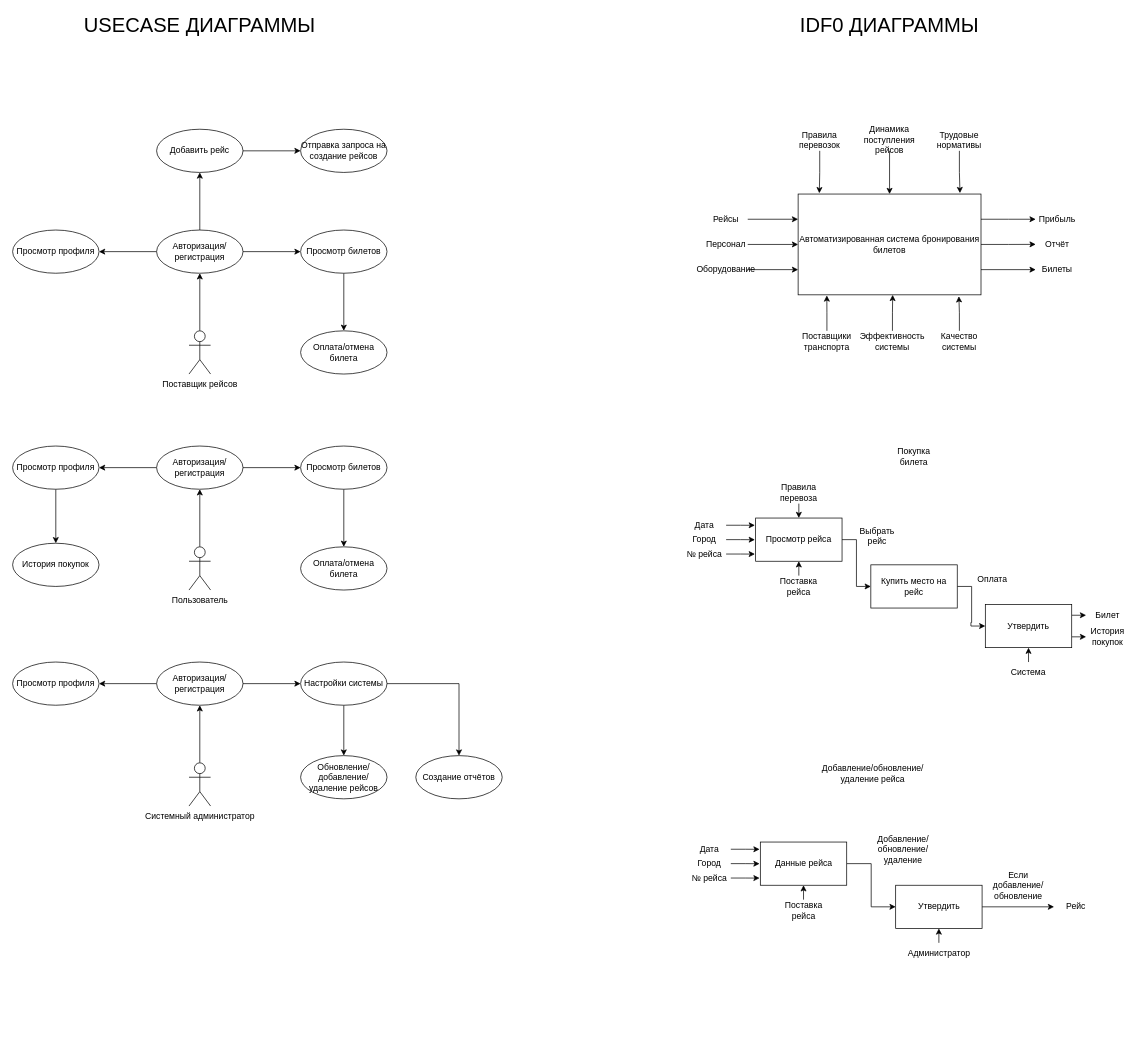
The draw.io diagram usecase.drawio in k11sann/classworks, before the edit. Source tidied: cells renumbered, new cells numbered last; positions are measured from the earlier drawing's top-left corner, leaving out a move shared by most shapes. Both pictures are drawn from the tidied source at 72%, with x=0, y=0 at pixel (12, 14).
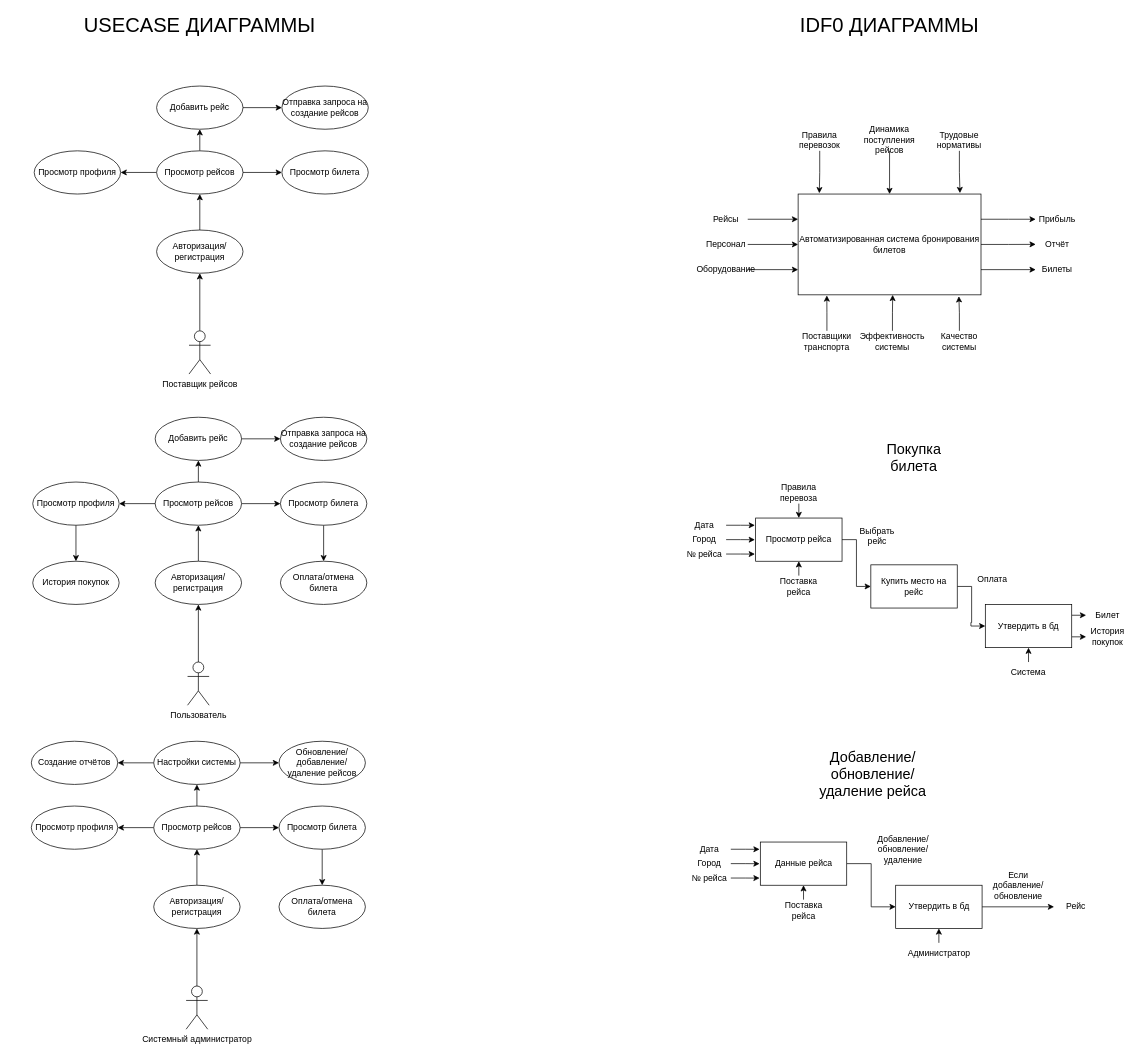
After the change.

The change refers to these unchanged cells:
```xml
<mxCell id="98" value="Авторизация/регистрация" style="rounded=0;whiteSpace=wrap;html=1;shape=ellipse;perimeter=ellipsePerimeter;" parent="1" vertex="1">
  <mxGeometry x="200" y="300" width="120" height="60" as="geometry" />
</mxCell>
```

The edit, as a diff of the source:
```diff
@@
-    <mxCell id="2" style="edgeStyle=orthogonalEdgeStyle;rounded=0;jettySize=auto;html=1;exitX=0.5;exitY=0;exitDx=0;exitDy=0;exitPerimeter=0;entryX=0.5;entryY=1;entryDx=0;entryDy=0;" parent="1" edge="1" source="3" target="75">
-      <mxGeometry relative="1" as="geometry" />
-    </mxCell>
-    <mxCell id="3" value="Пользователь" style="shape=umlActor;verticalLabelPosition=bottom;verticalAlign=top;html=1;outlineConnect=0;" parent="1" vertex="1">
-      <mxGeometry x="245" y="740" width="30" height="60" as="geometry" />
-    </mxCell>
@@
-    <mxCell id="31" value="Покупка билета" style="text;html=1;align=center;verticalAlign=middle;whiteSpace=wrap;rounded=0;" parent="1" vertex="1">
+    <mxCell id="31" value="Покупка билета" style="text;html=1;align=center;verticalAlign=middle;whiteSpace=wrap;rounded=0;fontSize=20;" parent="1" vertex="1">
       <mxGeometry x="1222" y="600" width="60" height="30" as="geometry" />
     </mxCell>
@@
-    <mxCell id="49" value="Утвердить" style="rounded=0;whiteSpace=wrap;html=1;" parent="1" vertex="1">
+    <mxCell id="49" value="Утвердить в бд" style="rounded=0;whiteSpace=wrap;html=1;" parent="1" vertex="1">
       <mxGeometry x="1351" y="820" width="120" height="60" as="geometry" />
     </mxCell>
@@
-    <mxCell id="55" value="Добавление/обновление/удаление рейса" style="text;html=1;align=center;verticalAlign=middle;whiteSpace=wrap;rounded=0;" parent="1" vertex="1">
+    <mxCell id="55" value="Добавление/обновление/удаление рейса" style="text;html=1;align=center;verticalAlign=middle;whiteSpace=wrap;rounded=0;fontSize=20;" parent="1" vertex="1">
       <mxGeometry x="1101" y="1040" width="188" height="30" as="geometry" />
     </mxCell>
@@
-    <mxCell id="68" value="Утвердить" style="rounded=0;whiteSpace=wrap;html=1;" parent="1" vertex="1">
+    <mxCell id="68" value="Утвердить в бд" style="rounded=0;whiteSpace=wrap;html=1;" parent="1" vertex="1">
       <mxGeometry x="1226.5" y="1210" width="120" height="60" as="geometry" />
     </mxCell>
@@
-    <mxCell id="73" style="edgeStyle=orthogonalEdgeStyle;rounded=0;jettySize=auto;html=1;exitX=1;exitY=0.5;exitDx=0;exitDy=0;entryX=0;entryY=0.5;entryDx=0;entryDy=0;" parent="1" edge="1" source="75" target="77">
-      <mxGeometry relative="1" as="geometry" />
-    </mxCell>
-    <mxCell id="74" style="edgeStyle=orthogonalEdgeStyle;rounded=0;jettySize=auto;html=1;exitX=0;exitY=0.5;exitDx=0;exitDy=0;entryX=1;entryY=0.5;entryDx=0;entryDy=0;" parent="1" edge="1" source="75" target="80">
-      <mxGeometry relative="1" as="geometry" />
-    </mxCell>
-    <mxCell id="75" value="Авторизация/регистрация" style="rounded=0;whiteSpace=wrap;html=1;shape=ellipse;perimeter=ellipsePerimeter;" parent="1" vertex="1">
-      <mxGeometry x="200" y="600" width="120" height="60" as="geometry" />
-    </mxCell>
-    <mxCell id="76" style="edgeStyle=orthogonalEdgeStyle;rounded=0;jettySize=auto;html=1;exitX=0.5;exitY=1;exitDx=0;exitDy=0;entryX=0.5;entryY=0;entryDx=0;entryDy=0;" parent="1" edge="1" source="77" target="78">
-      <mxGeometry relative="1" as="geometry" />
-    </mxCell>
-    <mxCell id="77" value="Просмотр билетов" style="rounded=0;whiteSpace=wrap;html=1;shape=ellipse;perimeter=ellipsePerimeter;" parent="1" vertex="1">
-      <mxGeometry x="400" y="600" width="120" height="60" as="geometry" />
-    </mxCell>
-    <mxCell id="78" value="Оплата/отмена билета" style="rounded=0;whiteSpace=wrap;html=1;shape=ellipse;perimeter=ellipsePerimeter;" parent="1" vertex="1">
-      <mxGeometry x="400" y="740" width="120" height="60" as="geometry" />
-    </mxCell>
-    <mxCell id="79" style="edgeStyle=orthogonalEdgeStyle;rounded=0;jettySize=auto;html=1;exitX=0.5;exitY=1;exitDx=0;exitDy=0;entryX=0.5;entryY=0;entryDx=0;entryDy=0;" parent="1" edge="1" source="80" target="91">
-      <mxGeometry relative="1" as="geometry" />
-    </mxCell>
-    <mxCell id="80" value="Просмотр профиля" style="rounded=0;whiteSpace=wrap;html=1;glass=0;shape=ellipse;perimeter=ellipsePerimeter;" parent="1" vertex="1">
-      <mxGeometry y="600" width="120" height="60" as="geometry" />
-    </mxCell>
-    <mxCell id="81" style="edgeStyle=orthogonalEdgeStyle;rounded=0;jettySize=auto;html=1;exitX=0.5;exitY=0;exitDx=0;exitDy=0;exitPerimeter=0;entryX=0.5;entryY=1;entryDx=0;entryDy=0;" parent="1" edge="1" source="82" target="85">
-      <mxGeometry relative="1" as="geometry" />
-    </mxCell>
-    <mxCell id="82" value="Системный администратор" style="shape=umlActor;verticalLabelPosition=bottom;verticalAlign=top;html=1;outlineConnect=0;" parent="1" vertex="1">
-      <mxGeometry x="245" y="1040" width="30" height="60" as="geometry" />
-    </mxCell>
-    <mxCell id="83" style="edgeStyle=orthogonalEdgeStyle;rounded=0;jettySize=auto;html=1;exitX=1;exitY=0.5;exitDx=0;exitDy=0;entryX=0;entryY=0.5;entryDx=0;entryDy=0;" parent="1" edge="1" source="85" target="88">
-      <mxGeometry relative="1" as="geometry" />
-    </mxCell>
-    <mxCell id="84" style="edgeStyle=orthogonalEdgeStyle;rounded=0;jettySize=auto;html=1;exitX=0;exitY=0.5;exitDx=0;exitDy=0;entryX=1;entryY=0.5;entryDx=0;entryDy=0;" parent="1" edge="1" source="85" target="89">
-      <mxGeometry relative="1" as="geometry" />
-    </mxCell>
-    <mxCell id="85" value="Авторизация/регистрация" style="rounded=0;whiteSpace=wrap;html=1;shape=ellipse;perimeter=ellipsePerimeter;" parent="1" vertex="1">
-      <mxGeometry x="200" y="900" width="120" height="60" as="geometry" />
-    </mxCell>
-    <mxCell id="86" style="edgeStyle=orthogonalEdgeStyle;rounded=0;jettySize=auto;html=1;exitX=0.5;exitY=1;exitDx=0;exitDy=0;entryX=0.5;entryY=0;entryDx=0;entryDy=0;" parent="1" edge="1" source="88" target="90">
-      <mxGeometry relative="1" as="geometry" />
-    </mxCell>
-    <mxCell id="87" style="edgeStyle=orthogonalEdgeStyle;rounded=0;jettySize=auto;html=1;exitX=1;exitY=0.5;exitDx=0;exitDy=0;entryX=0.5;entryY=0;entryDx=0;entryDy=0;" parent="1" edge="1" source="88" target="92">
-      <mxGeometry relative="1" as="geometry" />
-    </mxCell>
-    <mxCell id="88" value="Настройки системы" style="rounded=0;whiteSpace=wrap;html=1;shape=ellipse;perimeter=ellipsePerimeter;" parent="1" vertex="1">
-      <mxGeometry x="400" y="900" width="120" height="60" as="geometry" />
-    </mxCell>
-    <mxCell id="89" value="Просмотр профиля" style="rounded=0;whiteSpace=wrap;html=1;shape=ellipse;perimeter=ellipsePerimeter;" parent="1" vertex="1">
-      <mxGeometry y="900" width="120" height="60" as="geometry" />
-    </mxCell>
-    <mxCell id="90" value="Обновление/добавление/удаление рейсов" style="rounded=0;whiteSpace=wrap;html=1;shape=ellipse;perimeter=ellipsePerimeter;" parent="1" vertex="1">
-      <mxGeometry x="400" y="1030" width="120" height="60" as="geometry" />
-    </mxCell>
-    <mxCell id="91" value="История покупок" style="rounded=0;whiteSpace=wrap;html=1;shape=ellipse;perimeter=ellipsePerimeter;" parent="1" vertex="1">
-      <mxGeometry y="735" width="120" height="60" as="geometry" />
-    </mxCell>
-    <mxCell id="92" value="Создание отчётов" style="rounded=0;whiteSpace=wrap;html=1;shape=ellipse;perimeter=ellipsePerimeter;" parent="1" vertex="1">
-      <mxGeometry x="560" y="1030" width="120" height="60" as="geometry" />
-    </mxCell>
@@
-    <mxCell id="95" style="edgeStyle=orthogonalEdgeStyle;rounded=0;jettySize=auto;html=1;exitX=1;exitY=0.5;exitDx=0;exitDy=0;entryX=0;entryY=0.5;entryDx=0;entryDy=0;" parent="1" edge="1" source="98" target="100">
+    <mxCell id="95" style="edgeStyle=orthogonalEdgeStyle;rounded=0;jettySize=auto;html=1;exitX=0.5;exitY=0;exitDx=0;exitDy=0;entryX=0.5;entryY=1;entryDx=0;entryDy=0;" parent="1" edge="1" source="98" target="100">
       <mxGeometry relative="1" as="geometry" />
     </mxCell>
-    <mxCell id="96" style="edgeStyle=orthogonalEdgeStyle;rounded=0;jettySize=auto;html=1;exitX=0;exitY=0.5;exitDx=0;exitDy=0;entryX=1;entryY=0.5;entryDx=0;entryDy=0;" parent="1" edge="1" source="98" target="102">
-      <mxGeometry relative="1" as="geometry" />
-    </mxCell>
-    <mxCell id="97" style="edgeStyle=orthogonalEdgeStyle;rounded=0;jettySize=auto;html=1;exitX=0.5;exitY=0;exitDx=0;exitDy=0;entryX=0.5;entryY=1;entryDx=0;entryDy=0;" parent="1" edge="1" source="98" target="104">
-      <mxGeometry relative="1" as="geometry" />
-    </mxCell>
@@
-    <mxCell id="99" style="edgeStyle=orthogonalEdgeStyle;rounded=0;jettySize=auto;html=1;exitX=0.5;exitY=1;exitDx=0;exitDy=0;entryX=0.5;entryY=0;entryDx=0;entryDy=0;" parent="1" edge="1" source="100" target="101">
-      <mxGeometry relative="1" as="geometry" />
-    </mxCell>
+    <mxCell id="106" style="edgeStyle=orthogonalEdgeStyle;rounded=0;jettySize=auto;html=1;exitX=1;exitY=0.5;exitDx=0;exitDy=0;entryX=0;entryY=0.5;entryDx=0;entryDy=0;" parent="1" edge="1" source="100" target="109">
+      <mxGeometry relative="1" as="geometry" />
+    </mxCell>
+    <mxCell id="107" style="edgeStyle=orthogonalEdgeStyle;rounded=0;jettySize=auto;html=1;exitX=0;exitY=0.5;exitDx=0;exitDy=0;entryX=1;entryY=0.5;entryDx=0;entryDy=0;" parent="1" edge="1" source="100" target="102">
+      <mxGeometry relative="1" as="geometry" />
+    </mxCell>
+    <mxCell id="108" style="edgeStyle=orthogonalEdgeStyle;rounded=0;jettySize=auto;html=1;exitX=0.5;exitY=0;exitDx=0;exitDy=0;entryX=0.5;entryY=1;entryDx=0;entryDy=0;" parent="1" edge="1" source="100" target="104">
+      <mxGeometry relative="1" as="geometry" />
+    </mxCell>
-    <mxCell id="100" value="Просмотр билетов" style="rounded=0;whiteSpace=wrap;html=1;shape=ellipse;perimeter=ellipsePerimeter;" parent="1" vertex="1">
-      <mxGeometry x="400" y="300" width="120" height="60" as="geometry" />
+    <mxCell id="100" value="Просмотр рейсов" style="rounded=0;whiteSpace=wrap;html=1;shape=ellipse;perimeter=ellipsePerimeter;" parent="1" vertex="1">
+      <mxGeometry x="200" y="190" width="120" height="60" as="geometry" />
     </mxCell>
-    <mxCell id="101" value="Оплата/отмена билета" style="rounded=0;whiteSpace=wrap;html=1;shape=ellipse;perimeter=ellipsePerimeter;" parent="1" vertex="1">
-      <mxGeometry x="400" y="440" width="120" height="60" as="geometry" />
-    </mxCell>
     <mxCell id="102" value="Просмотр профиля" style="rounded=0;whiteSpace=wrap;html=1;shape=ellipse;perimeter=ellipsePerimeter;" parent="1" vertex="1">
-      <mxGeometry y="300" width="120" height="60" as="geometry" />
+      <mxGeometry x="30" y="190" width="120" height="60" as="geometry" />
     </mxCell>
@@
     <mxCell id="104" value="Добавить рейс" style="rounded=0;whiteSpace=wrap;html=1;shape=ellipse;perimeter=ellipsePerimeter;" parent="1" vertex="1">
-      <mxGeometry x="200" y="160" width="120" height="60" as="geometry" />
+      <mxGeometry x="200" y="100" width="120" height="60" as="geometry" />
     </mxCell>
     <mxCell id="105" value="Отправка запроса на создание рейсов" style="rounded=0;whiteSpace=wrap;html=1;shape=ellipse;perimeter=ellipsePerimeter;" parent="1" vertex="1">
-      <mxGeometry x="400" y="160" width="120" height="60" as="geometry" />
+      <mxGeometry x="374" y="100" width="120" height="60" as="geometry" />
     </mxCell>
+    <mxCell id="109" value="Просмотр билета" style="rounded=0;whiteSpace=wrap;html=1;shape=ellipse;perimeter=ellipsePerimeter;" parent="1" vertex="1">
+      <mxGeometry x="374" y="190" width="120" height="60" as="geometry" />
+    </mxCell>
+    <mxCell id="110" style="edgeStyle=orthogonalEdgeStyle;rounded=0;jettySize=auto;html=1;exitX=0.5;exitY=0;exitDx=0;exitDy=0;exitPerimeter=0;entryX=0.5;entryY=1;entryDx=0;entryDy=0;" parent="1" edge="1" source="3" target="112">
+      <mxGeometry relative="1" as="geometry" />
+    </mxCell>
+    <mxCell id="3" value="Пользователь" style="shape=umlActor;verticalLabelPosition=bottom;verticalAlign=top;html=1;outlineConnect=0;" parent="1" vertex="1">
+      <mxGeometry x="243" y="900" width="30" height="60" as="geometry" />
+    </mxCell>
+    <mxCell id="111" style="edgeStyle=orthogonalEdgeStyle;rounded=0;jettySize=auto;html=1;exitX=0.5;exitY=0;exitDx=0;exitDy=0;entryX=0.5;entryY=1;entryDx=0;entryDy=0;" parent="1" edge="1" source="112" target="116">
+      <mxGeometry relative="1" as="geometry" />
+    </mxCell>
+    <mxCell id="112" value="Авторизация/регистрация" style="rounded=0;whiteSpace=wrap;html=1;shape=ellipse;perimeter=ellipsePerimeter;" parent="1" vertex="1">
+      <mxGeometry x="198" y="760" width="120" height="60" as="geometry" />
+    </mxCell>
+    <mxCell id="113" style="edgeStyle=orthogonalEdgeStyle;rounded=0;jettySize=auto;html=1;exitX=1;exitY=0.5;exitDx=0;exitDy=0;entryX=0;entryY=0.5;entryDx=0;entryDy=0;" parent="1" edge="1" source="116" target="124">
+      <mxGeometry relative="1" as="geometry" />
+    </mxCell>
+    <mxCell id="114" style="edgeStyle=orthogonalEdgeStyle;rounded=0;jettySize=auto;html=1;exitX=0;exitY=0.5;exitDx=0;exitDy=0;entryX=1;entryY=0.5;entryDx=0;entryDy=0;" parent="1" edge="1" source="116" target="119">
+      <mxGeometry relative="1" as="geometry" />
+    </mxCell>
+    <mxCell id="115" style="edgeStyle=orthogonalEdgeStyle;rounded=0;jettySize=auto;html=1;exitX=0.5;exitY=0;exitDx=0;exitDy=0;entryX=0.5;entryY=1;entryDx=0;entryDy=0;" parent="1" edge="1" source="116" target="121">
+      <mxGeometry relative="1" as="geometry" />
+    </mxCell>
+    <mxCell id="116" value="Просмотр рейсов" style="rounded=0;whiteSpace=wrap;html=1;shape=ellipse;perimeter=ellipsePerimeter;" parent="1" vertex="1">
+      <mxGeometry x="198" y="650" width="120" height="60" as="geometry" />
+    </mxCell>
+    <mxCell id="117" value="Оплата/отмена билета" style="rounded=0;whiteSpace=wrap;html=1;shape=ellipse;perimeter=ellipsePerimeter;" parent="1" vertex="1">
+      <mxGeometry x="372" y="760" width="120" height="60" as="geometry" />
+    </mxCell>
+    <mxCell id="118" style="edgeStyle=orthogonalEdgeStyle;rounded=0;jettySize=auto;html=1;exitX=0.5;exitY=1;exitDx=0;exitDy=0;entryX=0.5;entryY=0;entryDx=0;entryDy=0;" parent="1" edge="1" source="119" target="91">
+      <mxGeometry relative="1" as="geometry" />
+    </mxCell>
+    <mxCell id="119" value="Просмотр профиля" style="rounded=0;whiteSpace=wrap;html=1;shape=ellipse;perimeter=ellipsePerimeter;" parent="1" vertex="1">
+      <mxGeometry x="28" y="650" width="120" height="60" as="geometry" />
+    </mxCell>
+    <mxCell id="120" style="edgeStyle=orthogonalEdgeStyle;rounded=0;jettySize=auto;html=1;exitX=1;exitY=0.5;exitDx=0;exitDy=0;entryX=0;entryY=0.5;entryDx=0;entryDy=0;" parent="1" edge="1" source="121" target="122">
+      <mxGeometry relative="1" as="geometry" />
+    </mxCell>
+    <mxCell id="121" value="Добавить рейс" style="rounded=0;whiteSpace=wrap;html=1;shape=ellipse;perimeter=ellipsePerimeter;" parent="1" vertex="1">
+      <mxGeometry x="198" y="560" width="120" height="60" as="geometry" />
+    </mxCell>
+    <mxCell id="122" value="Отправка запроса на создание рейсов" style="rounded=0;whiteSpace=wrap;html=1;shape=ellipse;perimeter=ellipsePerimeter;" parent="1" vertex="1">
+      <mxGeometry x="372" y="560" width="120" height="60" as="geometry" />
+    </mxCell>
+    <mxCell id="123" style="edgeStyle=orthogonalEdgeStyle;rounded=0;jettySize=auto;html=1;exitX=0.5;exitY=1;exitDx=0;exitDy=0;entryX=0.5;entryY=0;entryDx=0;entryDy=0;" parent="1" edge="1" source="124" target="117">
+      <mxGeometry relative="1" as="geometry" />
+    </mxCell>
+    <mxCell id="124" value="Просмотр билета" style="rounded=0;whiteSpace=wrap;html=1;shape=ellipse;perimeter=ellipsePerimeter;" parent="1" vertex="1">
+      <mxGeometry x="372" y="650" width="120" height="60" as="geometry" />
+    </mxCell>
+    <mxCell id="91" value="История покупок" style="rounded=0;whiteSpace=wrap;html=1;shape=ellipse;perimeter=ellipsePerimeter;" parent="1" vertex="1">
+      <mxGeometry x="28" y="760" width="120" height="60" as="geometry" />
+    </mxCell>
+    <mxCell id="125" style="edgeStyle=orthogonalEdgeStyle;rounded=0;jettySize=auto;html=1;exitX=0.5;exitY=0;exitDx=0;exitDy=0;exitPerimeter=0;entryX=0.5;entryY=1;entryDx=0;entryDy=0;" parent="1" edge="1" source="82" target="127">
+      <mxGeometry relative="1" as="geometry" />
+    </mxCell>
+    <mxCell id="82" value="Системный администратор" style="shape=umlActor;verticalLabelPosition=bottom;verticalAlign=top;html=1;outlineConnect=0;" parent="1" vertex="1">
+      <mxGeometry x="241" y="1350" width="30" height="60" as="geometry" />
+    </mxCell>
+    <mxCell id="126" style="edgeStyle=orthogonalEdgeStyle;rounded=0;jettySize=auto;html=1;exitX=0.5;exitY=0;exitDx=0;exitDy=0;entryX=0.5;entryY=1;entryDx=0;entryDy=0;" parent="1" edge="1" source="127" target="131">
+      <mxGeometry relative="1" as="geometry" />
+    </mxCell>
+    <mxCell id="127" value="Авторизация/регистрация" style="rounded=0;whiteSpace=wrap;html=1;shape=ellipse;perimeter=ellipsePerimeter;" parent="1" vertex="1">
+      <mxGeometry x="196" y="1210" width="120" height="60" as="geometry" />
+    </mxCell>
+    <mxCell id="128" style="edgeStyle=orthogonalEdgeStyle;rounded=0;jettySize=auto;html=1;exitX=1;exitY=0.5;exitDx=0;exitDy=0;entryX=0;entryY=0.5;entryDx=0;entryDy=0;" parent="1" edge="1" source="131" target="135">
+      <mxGeometry relative="1" as="geometry" />
+    </mxCell>
+    <mxCell id="129" style="edgeStyle=orthogonalEdgeStyle;rounded=0;jettySize=auto;html=1;exitX=0;exitY=0.5;exitDx=0;exitDy=0;entryX=1;entryY=0.5;entryDx=0;entryDy=0;" parent="1" edge="1" source="131" target="133">
+      <mxGeometry relative="1" as="geometry" />
+    </mxCell>
+    <mxCell id="130" style="edgeStyle=orthogonalEdgeStyle;rounded=0;jettySize=auto;html=1;exitX=0.5;exitY=0;exitDx=0;exitDy=0;entryX=0.5;entryY=1;entryDx=0;entryDy=0;" parent="1" edge="1" source="131" target="88">
+      <mxGeometry relative="1" as="geometry" />
+    </mxCell>
+    <mxCell id="131" value="Просмотр рейсов" style="rounded=0;whiteSpace=wrap;html=1;shape=ellipse;perimeter=ellipsePerimeter;" parent="1" vertex="1">
+      <mxGeometry x="196" y="1100" width="120" height="60" as="geometry" />
+    </mxCell>
+    <mxCell id="132" value="Оплата/отмена билета" style="rounded=0;whiteSpace=wrap;html=1;shape=ellipse;perimeter=ellipsePerimeter;" parent="1" vertex="1">
+      <mxGeometry x="370" y="1210" width="120" height="60" as="geometry" />
+    </mxCell>
+    <mxCell id="133" value="Просмотр профиля" style="rounded=0;whiteSpace=wrap;html=1;shape=ellipse;perimeter=ellipsePerimeter;" parent="1" vertex="1">
+      <mxGeometry x="26" y="1100" width="120" height="60" as="geometry" />
+    </mxCell>
+    <mxCell id="86" style="edgeStyle=orthogonalEdgeStyle;rounded=0;jettySize=auto;html=1;exitX=1;exitY=0.5;exitDx=0;exitDy=0;entryX=0;entryY=0.5;entryDx=0;entryDy=0;" parent="1" edge="1" source="88" target="90">
+      <mxGeometry relative="1" as="geometry" />
+    </mxCell>
+    <mxCell id="87" style="edgeStyle=orthogonalEdgeStyle;rounded=0;jettySize=auto;html=1;exitX=0;exitY=0.5;exitDx=0;exitDy=0;entryX=1;entryY=0.5;entryDx=0;entryDy=0;" parent="1" edge="1" source="88" target="92">
+      <mxGeometry relative="1" as="geometry" />
+    </mxCell>
+    <mxCell id="88" value="Настройки системы" style="rounded=0;whiteSpace=wrap;html=1;shape=ellipse;perimeter=ellipsePerimeter;" parent="1" vertex="1">
+      <mxGeometry x="196" y="1010" width="120" height="60" as="geometry" />
+    </mxCell>
+    <mxCell id="90" value="Обновление/добавление/удаление рейсов" style="rounded=0;whiteSpace=wrap;html=1;shape=ellipse;perimeter=ellipsePerimeter;" parent="1" vertex="1">
+      <mxGeometry x="370" y="1010" width="120" height="60" as="geometry" />
+    </mxCell>
+    <mxCell id="134" style="edgeStyle=orthogonalEdgeStyle;rounded=0;jettySize=auto;html=1;exitX=0.5;exitY=1;exitDx=0;exitDy=0;entryX=0.5;entryY=0;entryDx=0;entryDy=0;" parent="1" edge="1" source="135" target="132">
+      <mxGeometry relative="1" as="geometry" />
+    </mxCell>
+    <mxCell id="135" value="Просмотр билета" style="rounded=0;whiteSpace=wrap;html=1;shape=ellipse;perimeter=ellipsePerimeter;" parent="1" vertex="1">
+      <mxGeometry x="370" y="1100" width="120" height="60" as="geometry" />
+    </mxCell>
+    <mxCell id="92" value="Создание отчётов" style="rounded=0;whiteSpace=wrap;html=1;shape=ellipse;perimeter=ellipsePerimeter;" parent="1" vertex="1">
+      <mxGeometry x="26" y="1010" width="120" height="60" as="geometry" />
+    </mxCell>
```
